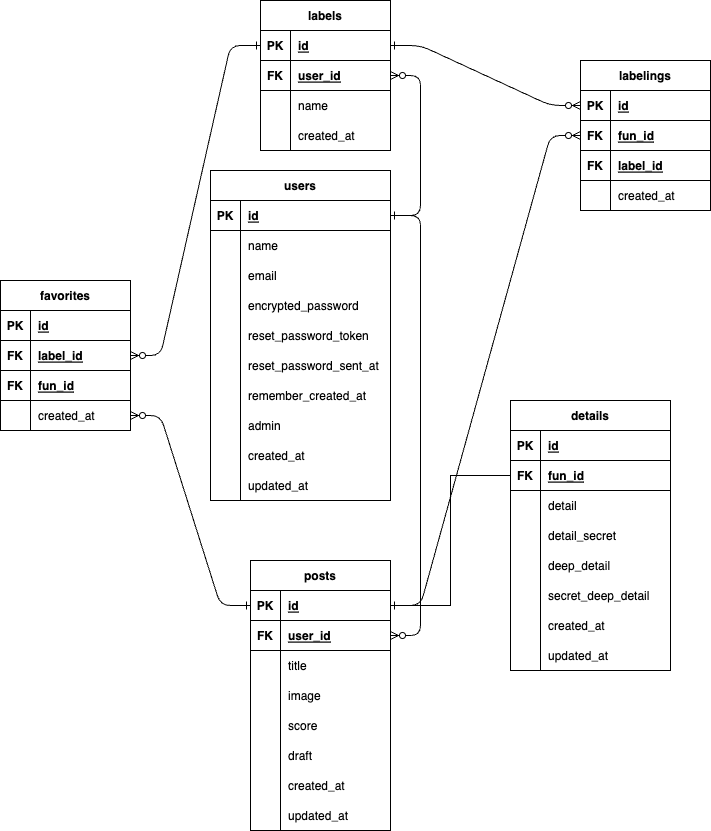
Earlier version of the draw.io export ER.png (rrkrgft/okiraku). Source tidied: cells renumbered, new cells last; positions are measured from the earlier drawing's top-left corner, leaving out a move shared by most shapes.
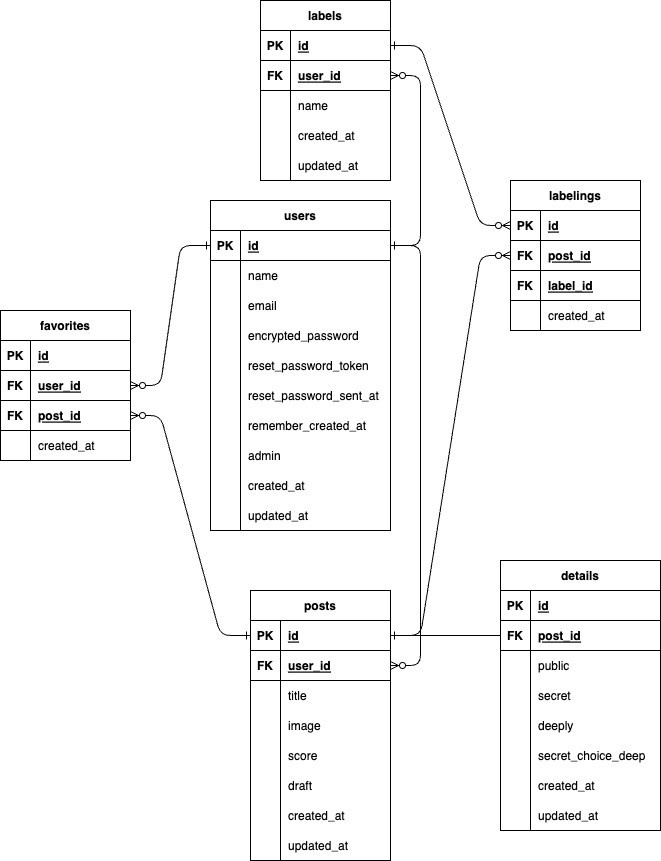
Later version of the same file.

Change to the diagram source:
```diff
@@ -177,7 +177,7 @@
       <mxGeometry x="30" width="110" height="30" as="geometry" />
     </mxCell>
     <mxCell id="60" value="labels" style="shape=table;startSize=30;rowLines=0;fontStyle=1;align=center;" parent="1" vertex="1">
-      <mxGeometry x="260" width="130" height="150" as="geometry" />
+      <mxGeometry x="260" y="-30" width="130" height="180" as="geometry" />
     </mxCell>
     <mxCell id="61" style="shape=partialRectangle;fillColor=none;points=[[0,0.5],[1,0.5]];portConstraint=eastwest;top=0;left=0;right=0;bottom=1;" parent="60" vertex="1">
       <mxGeometry y="30" width="130" height="30" as="geometry" />
@@ -215,8 +215,17 @@
     <mxCell id="72" value="created_at" style="shape=partialRectangle;overflow=hidden;fillColor=none;top=0;left=0;bottom=0;right=0;align=left;spacingLeft=6;" parent="70" vertex="1">
       <mxGeometry x="30" width="100" height="30" as="geometry" />
     </mxCell>
+    <mxCell id="129" style="shape=partialRectangle;fillColor=none;top=0;left=0;right=0;bottom=0;" parent="60" vertex="1">
+      <mxGeometry y="150" width="130" height="30" as="geometry" />
+    </mxCell>
+    <mxCell id="130" style="shape=partialRectangle;overflow=hidden;fillColor=none;top=0;left=0;bottom=0;right=0;" parent="129" vertex="1">
+      <mxGeometry width="30" height="30" as="geometry" />
+    </mxCell>
+    <mxCell id="131" value="updated_at" style="shape=partialRectangle;overflow=hidden;fillColor=none;top=0;left=0;bottom=0;right=0;align=left;spacingLeft=6;" parent="129" vertex="1">
+      <mxGeometry x="30" width="100" height="30" as="geometry" />
+    </mxCell>
     <mxCell id="73" value="labelings" style="shape=table;startSize=30;rowLines=0;fontStyle=1;align=center;" parent="1" vertex="1">
-      <mxGeometry x="580" y="60" width="130" height="150" as="geometry" />
+      <mxGeometry x="510" y="150" width="130" height="150" as="geometry" />
     </mxCell>
     <mxCell id="74" style="shape=partialRectangle;fillColor=none;points=[[0,0.5],[1,0.5]];portConstraint=eastwest;top=0;left=0;right=0;bottom=1;" parent="73" vertex="1">
       <mxGeometry y="30" width="130" height="30" as="geometry" />
@@ -233,7 +242,7 @@
     <mxCell id="78" value="FK" style="shape=partialRectangle;overflow=hidden;fillColor=none;top=0;left=0;bottom=0;right=0;fontStyle=1;" parent="77" vertex="1">
       <mxGeometry width="30" height="30" as="geometry" />
     </mxCell>
-    <mxCell id="79" value="fun_id" style="shape=partialRectangle;overflow=hidden;fillColor=none;top=0;left=0;bottom=0;right=0;align=left;spacingLeft=6;fontStyle=5;" parent="77" vertex="1">
+    <mxCell id="79" value="post_id" style="shape=partialRectangle;overflow=hidden;fillColor=none;top=0;left=0;bottom=0;right=0;align=left;spacingLeft=6;fontStyle=5;" parent="77" vertex="1">
       <mxGeometry x="30" width="100" height="30" as="geometry" />
     </mxCell>
     <mxCell id="80" style="shape=partialRectangle;fillColor=none;top=0;left=0;right=0;bottom=1;" parent="73" vertex="1">
@@ -278,7 +287,7 @@
     <mxCell id="93" value="FK" style="shape=partialRectangle;overflow=hidden;fillColor=none;top=0;left=0;bottom=0;right=0;fontStyle=1;" parent="92" vertex="1">
       <mxGeometry width="30" height="30" as="geometry" />
     </mxCell>
-    <mxCell id="94" value="label_id" style="shape=partialRectangle;overflow=hidden;fillColor=none;top=0;left=0;bottom=0;right=0;align=left;spacingLeft=6;fontStyle=5;" parent="92" vertex="1">
+    <mxCell id="94" value="user_id" style="shape=partialRectangle;overflow=hidden;fillColor=none;top=0;left=0;bottom=0;right=0;align=left;spacingLeft=6;fontStyle=5;" parent="92" vertex="1">
       <mxGeometry x="30" width="100" height="30" as="geometry" />
     </mxCell>
     <mxCell id="95" style="shape=partialRectangle;fillColor=none;points=[[0,0.5],[1,0.5]];portConstraint=eastwest;top=0;left=0;right=0;bottom=1;" parent="88" vertex="1">
@@ -287,7 +296,7 @@
     <mxCell id="96" value="FK" style="shape=partialRectangle;overflow=hidden;fillColor=none;top=0;left=0;bottom=0;right=0;fontStyle=1;" parent="95" vertex="1">
       <mxGeometry width="30" height="30" as="geometry" />
     </mxCell>
-    <mxCell id="97" value="fun_id" style="shape=partialRectangle;overflow=hidden;fillColor=none;top=0;left=0;bottom=0;right=0;align=left;spacingLeft=6;fontStyle=5;" parent="95" vertex="1">
+    <mxCell id="97" value="post_id" style="shape=partialRectangle;overflow=hidden;fillColor=none;top=0;left=0;bottom=0;right=0;align=left;spacingLeft=6;fontStyle=5;" parent="95" vertex="1">
       <mxGeometry x="30" width="100" height="30" as="geometry" />
     </mxCell>
     <mxCell id="98" style="shape=partialRectangle;fillColor=none;points=[[0,0.5],[1,0.5]];portConstraint=eastwest;top=0;left=0;right=0;bottom=1;" parent="88" vertex="1">
@@ -299,14 +308,14 @@
     <mxCell id="100" value="created_at" style="shape=partialRectangle;overflow=hidden;fillColor=none;top=0;left=0;bottom=0;right=0;align=left;spacingLeft=6;fontStyle=0;" parent="98" vertex="1">
       <mxGeometry x="30" width="100" height="30" as="geometry" />
     </mxCell>
-    <mxCell id="101" style="edgeStyle=entityRelationEdgeStyle;endArrow=ERzeroToMany;startArrow=ERone;endFill=1;startFill=0;entryX=1;entryY=0.5;entryDx=0;entryDy=0;exitX=0;exitY=0.5;exitDx=0;exitDy=0;" parent="1" edge="1" source="61" target="92">
+    <mxCell id="101" style="edgeStyle=entityRelationEdgeStyle;endArrow=ERzeroToMany;startArrow=ERone;endFill=1;startFill=0;entryX=1;entryY=0.5;entryDx=0;entryDy=0;exitX=0;exitY=0.5;exitDx=0;exitDy=0;" parent="1" edge="1" source="5" target="92">
       <mxGeometry relative="1" as="geometry" />
     </mxCell>
-    <mxCell id="102" style="edgeStyle=entityRelationEdgeStyle;endArrow=ERzeroToMany;startArrow=ERone;endFill=1;startFill=0;exitX=0;exitY=0.5;exitDx=0;exitDy=0;entryX=1;entryY=0.5;entryDx=0;entryDy=0;" parent="1" edge="1" source="36" target="98">
+    <mxCell id="102" style="edgeStyle=entityRelationEdgeStyle;endArrow=ERzeroToMany;startArrow=ERone;endFill=1;startFill=0;exitX=0;exitY=0.5;exitDx=0;exitDy=0;entryX=1;entryY=0.5;entryDx=0;entryDy=0;" parent="1" edge="1" source="36" target="95">
       <mxGeometry relative="1" as="geometry" />
     </mxCell>
     <mxCell id="103" value="details" style="shape=table;startSize=30;rowLines=0;fontStyle=1;align=center;" parent="1" vertex="1">
-      <mxGeometry x="510" y="400" width="160" height="270" as="geometry" />
+      <mxGeometry x="500" y="530" width="160" height="270" as="geometry" />
     </mxCell>
     <mxCell id="104" style="shape=partialRectangle;fillColor=none;top=0;left=0;right=0;bottom=1;" parent="103" vertex="1">
       <mxGeometry y="30" width="160" height="30" as="geometry" />
@@ -323,7 +332,7 @@
     <mxCell id="108" value="FK" style="shape=partialRectangle;overflow=hidden;fillColor=none;top=0;left=0;bottom=0;right=0;fontStyle=1;" parent="107" vertex="1">
       <mxGeometry width="30" height="30" as="geometry" />
     </mxCell>
-    <mxCell id="109" value="fun_id" style="shape=partialRectangle;overflow=hidden;fillColor=none;top=0;left=0;bottom=0;right=0;align=left;spacingLeft=6;fontStyle=5;" parent="107" vertex="1">
+    <mxCell id="109" value="post_id" style="shape=partialRectangle;overflow=hidden;fillColor=none;top=0;left=0;bottom=0;right=0;align=left;spacingLeft=6;fontStyle=5;" parent="107" vertex="1">
       <mxGeometry x="30" width="130" height="30" as="geometry" />
     </mxCell>
     <mxCell id="110" style="shape=partialRectangle;fillColor=none;top=0;left=0;right=0;bottom=0;" parent="103" vertex="1">
@@ -332,7 +341,7 @@
     <mxCell id="111" style="shape=partialRectangle;overflow=hidden;fillColor=none;top=0;left=0;bottom=0;right=0;" parent="110" vertex="1">
       <mxGeometry width="30" height="30" as="geometry" />
     </mxCell>
-    <mxCell id="112" value="detail" style="shape=partialRectangle;overflow=hidden;fillColor=none;top=0;left=0;bottom=0;right=0;align=left;spacingLeft=6;" parent="110" vertex="1">
+    <mxCell id="112" value="public" style="shape=partialRectangle;overflow=hidden;fillColor=none;top=0;left=0;bottom=0;right=0;align=left;spacingLeft=6;" parent="110" vertex="1">
       <mxGeometry x="30" width="130" height="30" as="geometry" />
     </mxCell>
     <mxCell id="113" style="shape=partialRectangle;fillColor=none;top=0;left=0;right=0;bottom=0;" parent="103" vertex="1">
@@ -341,7 +350,7 @@
     <mxCell id="114" style="shape=partialRectangle;overflow=hidden;fillColor=none;top=0;left=0;bottom=0;right=0;" parent="113" vertex="1">
       <mxGeometry width="30" height="30" as="geometry" />
     </mxCell>
-    <mxCell id="115" value="detail_secret" style="shape=partialRectangle;overflow=hidden;fillColor=none;top=0;left=0;bottom=0;right=0;align=left;spacingLeft=6;" parent="113" vertex="1">
+    <mxCell id="115" value="secret" style="shape=partialRectangle;overflow=hidden;fillColor=none;top=0;left=0;bottom=0;right=0;align=left;spacingLeft=6;" parent="113" vertex="1">
       <mxGeometry x="30" width="130" height="30" as="geometry" />
     </mxCell>
     <mxCell id="116" style="shape=partialRectangle;fillColor=none;top=0;left=0;right=0;bottom=0;" parent="103" vertex="1">
@@ -350,7 +359,7 @@
     <mxCell id="117" style="shape=partialRectangle;overflow=hidden;fillColor=none;top=0;left=0;bottom=0;right=0;" parent="116" vertex="1">
       <mxGeometry width="30" height="30" as="geometry" />
     </mxCell>
-    <mxCell id="118" value="deep_detail" style="shape=partialRectangle;overflow=hidden;fillColor=none;top=0;left=0;bottom=0;right=0;align=left;spacingLeft=6;" parent="116" vertex="1">
+    <mxCell id="118" value="deeply" style="shape=partialRectangle;overflow=hidden;fillColor=none;top=0;left=0;bottom=0;right=0;align=left;spacingLeft=6;" parent="116" vertex="1">
       <mxGeometry x="30" width="130" height="30" as="geometry" />
     </mxCell>
     <mxCell id="119" style="shape=partialRectangle;fillColor=none;top=0;left=0;right=0;bottom=0;" parent="103" vertex="1">
@@ -359,7 +368,7 @@
     <mxCell id="120" style="shape=partialRectangle;overflow=hidden;fillColor=none;top=0;left=0;bottom=0;right=0;" parent="119" vertex="1">
       <mxGeometry width="30" height="30" as="geometry" />
     </mxCell>
-    <mxCell id="121" value="secret_deep_detail" style="shape=partialRectangle;overflow=hidden;fillColor=none;top=0;left=0;bottom=0;right=0;align=left;spacingLeft=6;" parent="119" vertex="1">
+    <mxCell id="121" value="secret_choice_deep" style="shape=partialRectangle;overflow=hidden;fillColor=none;top=0;left=0;bottom=0;right=0;align=left;spacingLeft=6;" parent="119" vertex="1">
       <mxGeometry x="30" width="130" height="30" as="geometry" />
     </mxCell>
     <mxCell id="122" style="shape=partialRectangle;fillColor=none;top=0;left=0;right=0;bottom=0;" parent="103" vertex="1">
```
